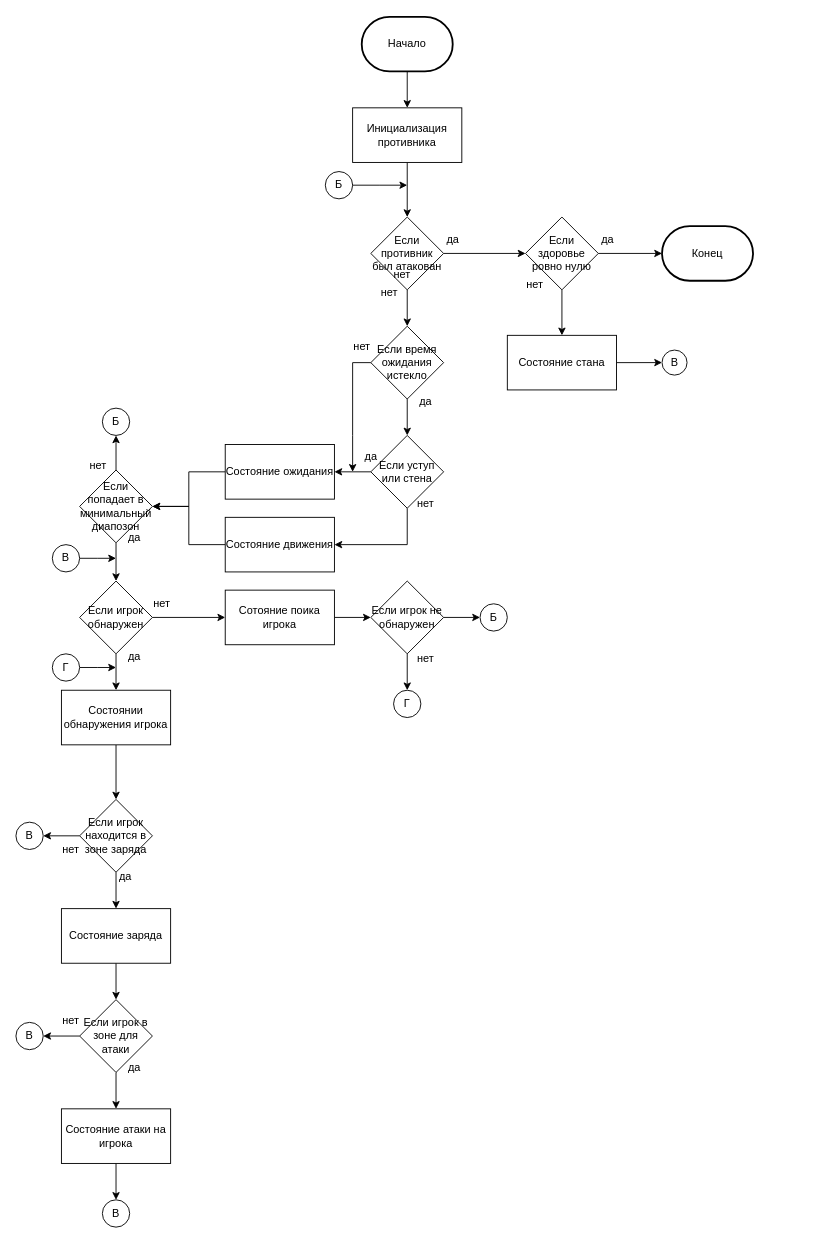
Above: Блок-схема базового противника.drawio in BatCatRus/Spelled_Blood (draw.io), before the change. Source tidied: cells renumbered, new cells numbered last; positions are measured from the earlier drawing's top-left corner, leaving out a move shared by most shapes. Both pictures are drawn from the tidied source at 91%, with x=0, y=0 at pixel (15, 16).
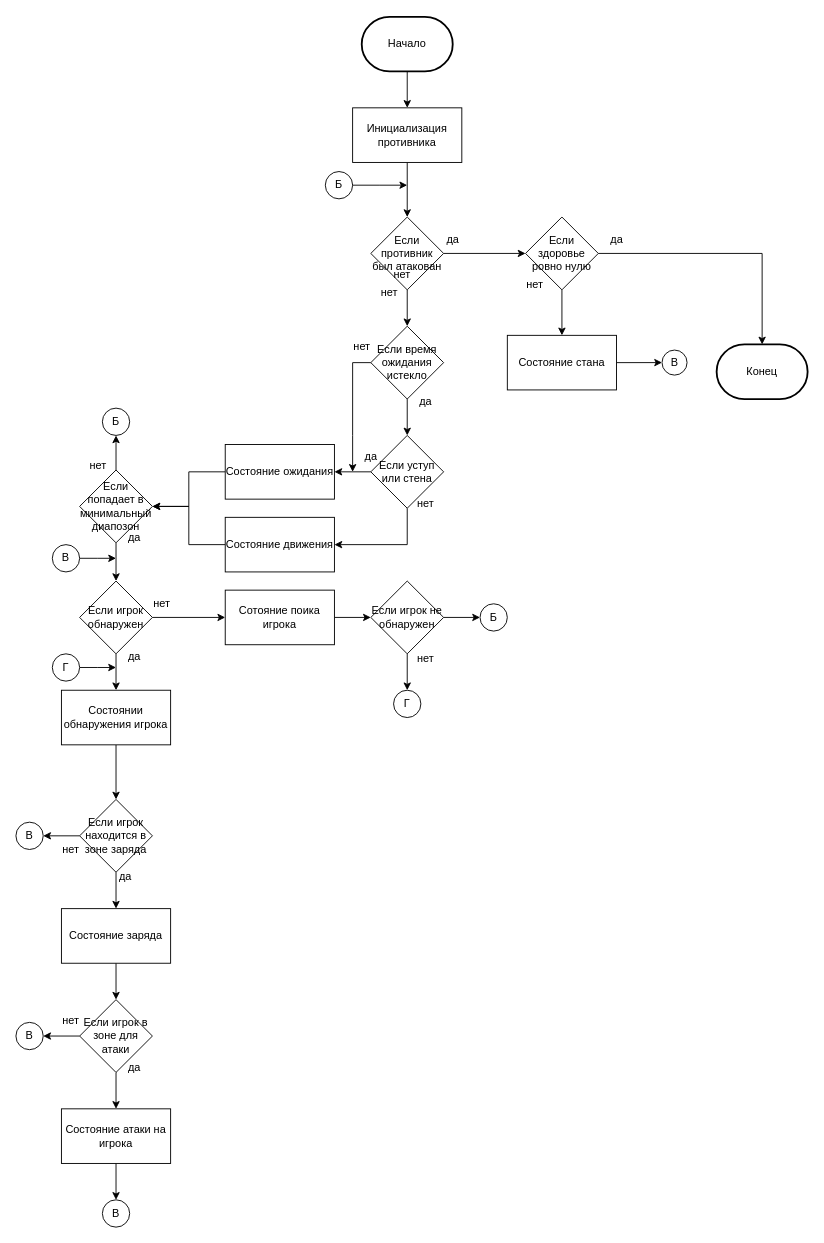
The same page after the edit.

Unchanged cells that the change refers to:
```xml
<mxCell id="14" value="Если здоровье ровно нулю" style="rhombus;whiteSpace=wrap;html=1;" parent="1" vertex="1">
  <mxGeometry x="560" y="220" width="80" height="80" as="geometry" />
</mxCell>
<mxCell id="21" value="Состояние стана" style="rounded=0;whiteSpace=wrap;html=1;" parent="1" vertex="1">
  <mxGeometry x="540" y="350" width="120" height="60" as="geometry" />
</mxCell>
```

Diff of the diagram source:
```diff
@@
+    <mxCell id="13" style="edgeStyle=orthogonalEdgeStyle;rounded=0;jettySize=auto;html=1;exitX=0.5;exitY=1;exitDx=0;exitDy=0;entryX=0.5;entryY=0;entryDx=0;entryDy=0;" parent="1" edge="1" source="14" target="21">
+      <mxGeometry relative="1" as="geometry" />
+    </mxCell>
-    <mxCell id="12" style="edgeStyle=orthogonalEdgeStyle;rounded=0;jettySize=auto;html=1;exitX=1;exitY=0.5;exitDx=0;exitDy=0;entryX=0;entryY=0.5;entryDx=0;entryDy=0;entryPerimeter=0;" parent="1" edge="1" source="14" target="17">
+    <mxCell id="12" style="edgeStyle=orthogonalEdgeStyle;rounded=0;jettySize=auto;html=1;exitX=1;exitY=0.5;exitDx=0;exitDy=0;entryX=0.5;entryY=0;entryDx=0;entryDy=0;entryPerimeter=0;" parent="1" edge="1" source="14" target="17">
       <mxGeometry relative="1" as="geometry" />
     </mxCell>
-    <mxCell id="13" style="edgeStyle=orthogonalEdgeStyle;rounded=0;jettySize=auto;html=1;exitX=0.5;exitY=1;exitDx=0;exitDy=0;entryX=0.5;entryY=0;entryDx=0;entryDy=0;" parent="1" edge="1" source="14" target="21">
-      <mxGeometry relative="1" as="geometry" />
-    </mxCell>
@@
     <mxCell id="17" value="Конец" style="strokeWidth=2;html=1;shape=mxgraph.flowchart.terminator;whiteSpace=wrap;" parent="1" vertex="1">
-      <mxGeometry x="710" y="230" width="100" height="60" as="geometry" />
+      <mxGeometry x="770" y="360" width="100" height="60" as="geometry" />
     </mxCell>
     <mxCell id="18" value="да" style="text;html=1;align=center;verticalAlign=middle;strokeColor=none;fillColor=none;" parent="1" vertex="1">
-      <mxGeometry x="630" y="230" width="40" height="30" as="geometry" />
+      <mxGeometry x="640" y="230" width="40" height="30" as="geometry" />
     </mxCell>
```
